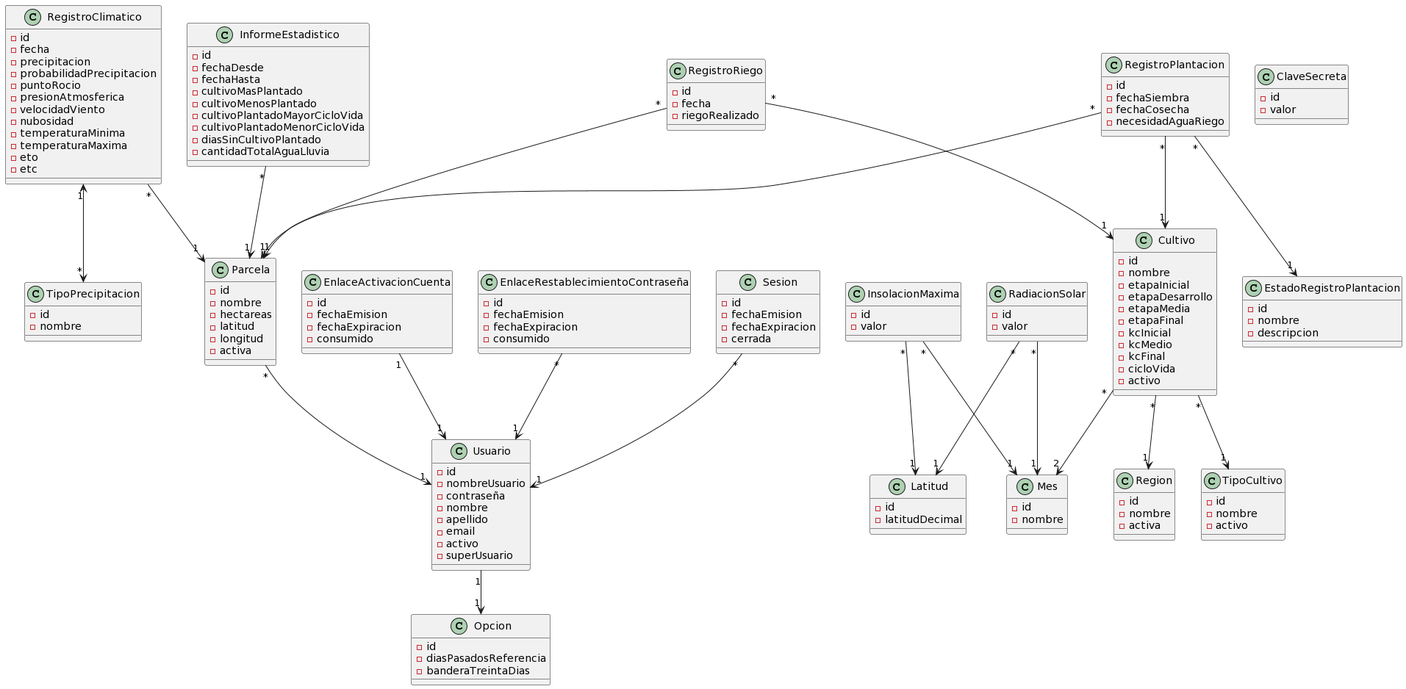
facundopaez-dev/sistema-web-riego keeps this PlantUML diagram as docs/domain model/Modelo de dominio.png. Above is the earlier version.
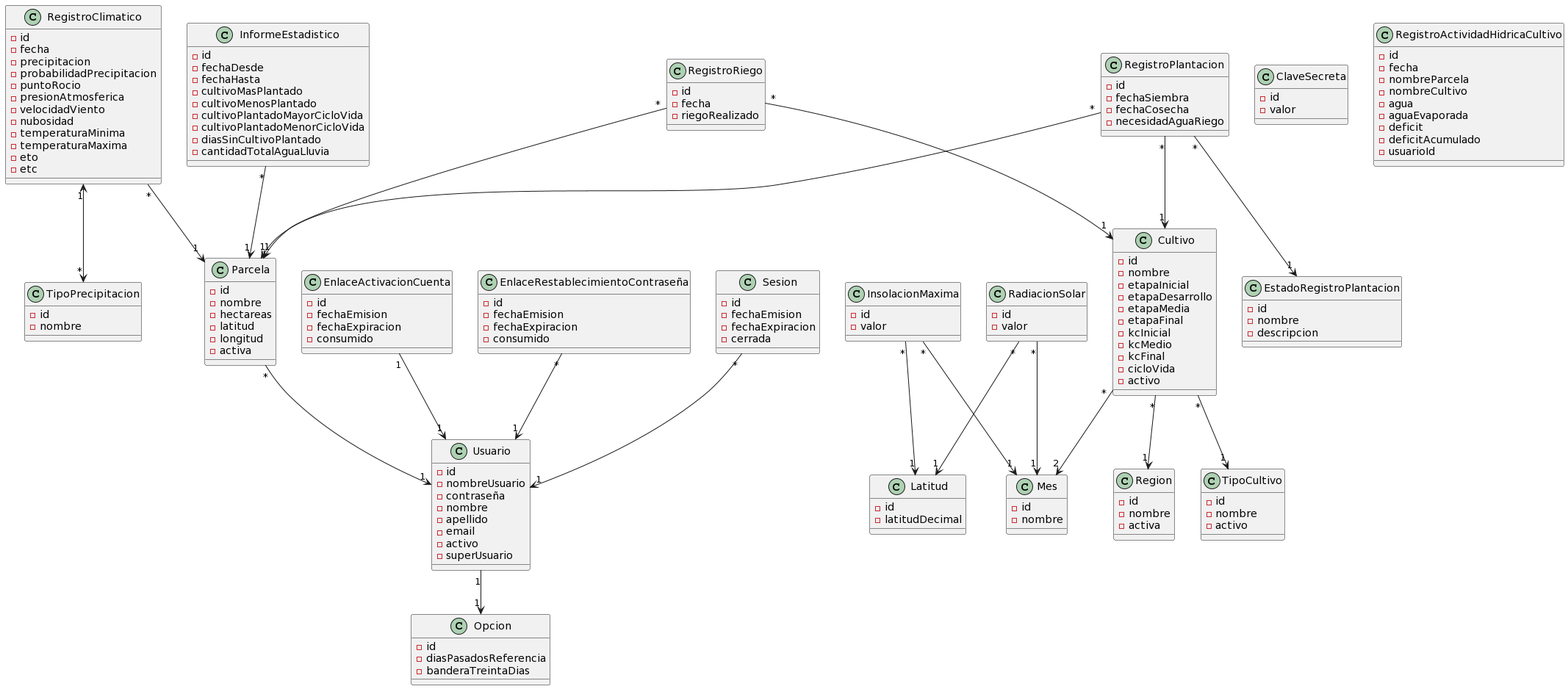
The same file after the commit.

Diff of the diagram source:
```diff
@@ -168,4 +168,16 @@
 -id
 -valor
 }
+
+class RegistroActividadHidricaCultivo {
+-id
+-fecha
+-nombreParcela
+-nombreCultivo
+-agua
+-aguaEvaporada
+-deficit
+-deficitAcumulado
+-usuarioId
+}
 @enduml
```
